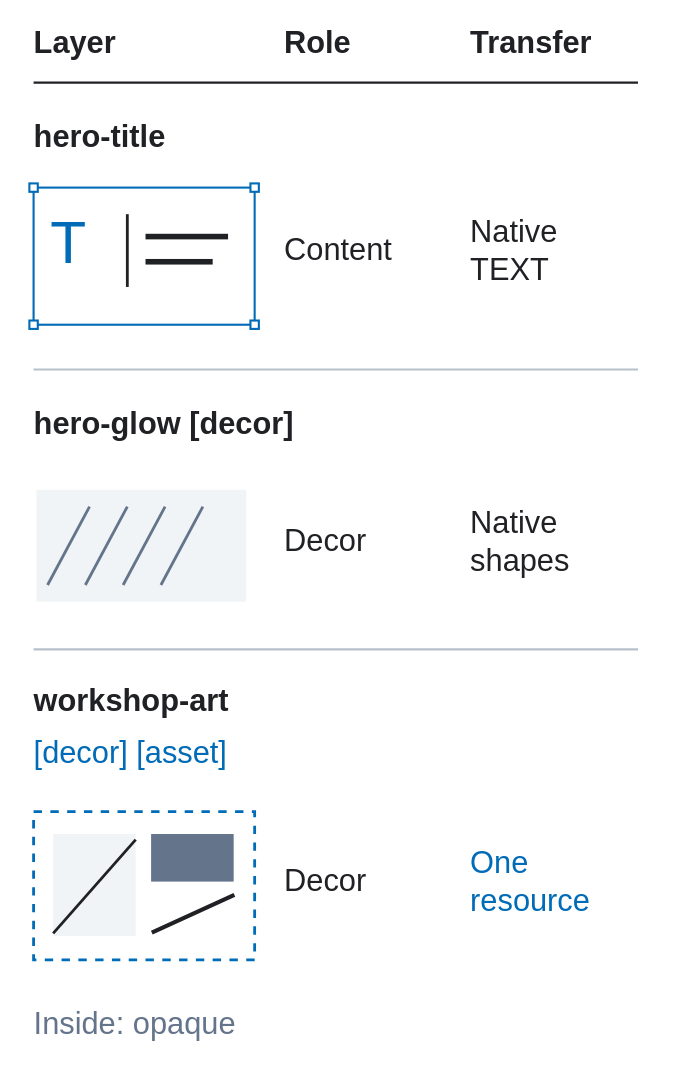
Before: assets/tutorial/diagrams/roles-en.svg, a diagram exported from draw.io (Poliklot/dfc-bridge). Source tidied: cells renumbered, new cells last; positions are measured from the earlier drawing's top-left corner, leaving out a move shared by most shapes. Source of this version:
```xml
<mxGraphModel>
  <root>
    <mxCell id="0" />
    <mxCell id="1" parent="0" />
    <mxCell id="2" style="rounded=0;arcSize=5;fillColor=#FFFFFF;strokeColor=none;strokeWidth=1.5;dashed=0;" parent="1" vertex="1">
      <mxGeometry width="480" height="760" as="geometry" />
    </mxCell>
    <mxCell id="3" value="Layer" style="shape=text;whiteSpace=wrap;html=0;fillColor=none;strokeColor=none;fontFamily=Arial;fontSize=22;fontColor=#202124;fontStyle=1;align=left;verticalAlign=middle;spacing=0;overflow=visible;" parent="1" vertex="1">
      <mxGeometry x="24" y="14" width="160" height="34" as="geometry" />
    </mxCell>
    <mxCell id="4" value="Role" style="shape=text;whiteSpace=wrap;html=0;fillColor=none;strokeColor=none;fontFamily=Arial;fontSize=22;fontColor=#202124;fontStyle=1;align=left;verticalAlign=middle;spacing=0;overflow=visible;" parent="1" vertex="1">
      <mxGeometry x="203" y="14" width="108" height="34" as="geometry" />
    </mxCell>
    <mxCell id="5" value="Transfer" style="shape=text;whiteSpace=wrap;html=0;fillColor=none;strokeColor=none;fontFamily=Arial;fontSize=22;fontColor=#202124;fontStyle=1;align=left;verticalAlign=middle;spacing=0;overflow=visible;" parent="1" vertex="1">
      <mxGeometry x="336" y="14" width="120" height="34" as="geometry" />
    </mxCell>
    <mxCell id="6" style="endArrow=none;startArrow=none;strokeColor=#202124;strokeWidth=1.5;dashed=0;rounded=0;" parent="1" edge="1">
      <mxGeometry relative="1" as="geometry">
        <mxPoint x="24" y="59" as="sourcePoint" />
        <mxPoint x="456" y="59" as="targetPoint" />
      </mxGeometry>
    </mxCell>
    <mxCell id="7" value="hero-title" style="shape=text;whiteSpace=wrap;html=0;fillColor=none;strokeColor=none;fontFamily=Arial;fontSize=22;fontColor=#202124;fontStyle=1;align=left;verticalAlign=middle;spacing=0;overflow=visible;" parent="1" vertex="1">
      <mxGeometry x="24" y="82" width="432" height="32" as="geometry" />
    </mxCell>
    <mxCell id="8" style="rounded=0;arcSize=5;fillColor=#FFFFFF;strokeColor=#006BB6;strokeWidth=1.5;dashed=0;" parent="1" vertex="1">
      <mxGeometry x="24" y="134" width="158" height="98" as="geometry" />
    </mxCell>
    <mxCell id="9" value="T" style="shape=text;whiteSpace=wrap;html=0;fillColor=none;strokeColor=none;fontFamily=Arial;fontSize=42;fontColor=#006BB6;fontStyle=0;align=left;verticalAlign=middle;spacing=0;overflow=visible;" parent="8" vertex="1">
      <mxGeometry x="12" y="15" width="50" height="50" as="geometry" />
    </mxCell>
    <mxCell id="10" style="endArrow=none;startArrow=none;strokeColor=#202124;strokeWidth=2;dashed=0;rounded=0;" parent="8" edge="1">
      <mxGeometry relative="1" as="geometry">
        <mxPoint x="67" y="19" as="sourcePoint" />
        <mxPoint x="67" y="71" as="targetPoint" />
      </mxGeometry>
    </mxCell>
    <mxCell id="11" style="rounded=0;arcSize=5;fillColor=#202124;strokeColor=none;strokeWidth=1.5;dashed=0;" parent="8" vertex="1">
      <mxGeometry x="80" y="33" width="59" height="4" as="geometry" />
    </mxCell>
    <mxCell id="12" style="rounded=0;arcSize=5;fillColor=#202124;strokeColor=none;strokeWidth=1.5;dashed=0;" parent="8" vertex="1">
      <mxGeometry x="80" y="51" width="48" height="4" as="geometry" />
    </mxCell>
    <mxCell id="13" style="rounded=0;arcSize=5;fillColor=#FFFFFF;strokeColor=#006BB6;strokeWidth=1.5;dashed=0;" parent="1" vertex="1">
      <mxGeometry x="21" y="131" width="6" height="6" as="geometry" />
    </mxCell>
    <mxCell id="14" style="rounded=0;arcSize=5;fillColor=#FFFFFF;strokeColor=#006BB6;strokeWidth=1.5;dashed=0;" parent="1" vertex="1">
      <mxGeometry x="179" y="131" width="6" height="6" as="geometry" />
    </mxCell>
    <mxCell id="15" style="rounded=0;arcSize=5;fillColor=#FFFFFF;strokeColor=#006BB6;strokeWidth=1.5;dashed=0;" parent="1" vertex="1">
      <mxGeometry x="21" y="229" width="6" height="6" as="geometry" />
    </mxCell>
    <mxCell id="16" style="rounded=0;arcSize=5;fillColor=#FFFFFF;strokeColor=#006BB6;strokeWidth=1.5;dashed=0;" parent="1" vertex="1">
      <mxGeometry x="179" y="229" width="6" height="6" as="geometry" />
    </mxCell>
    <mxCell id="17" value="Content" style="shape=text;whiteSpace=wrap;html=0;fillColor=none;strokeColor=none;fontFamily=Arial;fontSize=22;fontColor=#202124;fontStyle=0;align=left;verticalAlign=middle;spacing=0;overflow=visible;" parent="1" vertex="1">
      <mxGeometry x="203" y="141" width="116" height="76" as="geometry" />
    </mxCell>
    <mxCell id="18" value="Native&#10;TEXT" style="shape=text;whiteSpace=wrap;html=0;fillColor=none;strokeColor=none;fontFamily=Arial;fontSize=22;fontColor=#202124;fontStyle=0;align=left;verticalAlign=middle;spacing=0;overflow=visible;" parent="1" vertex="1">
      <mxGeometry x="336" y="141" width="120" height="76" as="geometry" />
    </mxCell>
    <mxCell id="19" style="endArrow=none;startArrow=none;strokeColor=#B8C1CB;strokeWidth=1.5;dashed=0;rounded=0;" parent="1" edge="1">
      <mxGeometry relative="1" as="geometry">
        <mxPoint x="24" y="264" as="sourcePoint" />
        <mxPoint x="456" y="264" as="targetPoint" />
      </mxGeometry>
    </mxCell>
    <mxCell id="20" value="hero-glow [decor]" style="shape=text;whiteSpace=wrap;html=0;fillColor=none;strokeColor=none;fontFamily=Arial;fontSize=22;fontColor=#202124;fontStyle=1;align=left;verticalAlign=middle;spacing=0;overflow=visible;" parent="1" vertex="1">
      <mxGeometry x="24" y="287" width="432" height="32" as="geometry" />
    </mxCell>
    <mxCell id="21" style="rounded=0;arcSize=5;fillColor=#F1F4F6;strokeColor=none;strokeWidth=1.5;dashed=0;" parent="1" vertex="1">
      <mxGeometry x="26" y="350" width="150" height="80" as="geometry" />
    </mxCell>
    <mxCell id="22" style="endArrow=none;startArrow=none;strokeColor=#64748B;strokeWidth=2;dashed=0;rounded=0;" parent="1" edge="1">
      <mxGeometry relative="1" as="geometry">
        <mxPoint x="34" y="418" as="sourcePoint" />
        <mxPoint x="64" y="362" as="targetPoint" />
      </mxGeometry>
    </mxCell>
    <mxCell id="23" style="endArrow=none;startArrow=none;strokeColor=#64748B;strokeWidth=2;dashed=0;rounded=0;" parent="1" edge="1">
      <mxGeometry relative="1" as="geometry">
        <mxPoint x="61" y="418" as="sourcePoint" />
        <mxPoint x="91" y="362" as="targetPoint" />
      </mxGeometry>
    </mxCell>
    <mxCell id="24" style="endArrow=none;startArrow=none;strokeColor=#64748B;strokeWidth=2;dashed=0;rounded=0;" parent="1" edge="1">
      <mxGeometry relative="1" as="geometry">
        <mxPoint x="88" y="418" as="sourcePoint" />
        <mxPoint x="118" y="362" as="targetPoint" />
      </mxGeometry>
    </mxCell>
    <mxCell id="25" style="endArrow=none;startArrow=none;strokeColor=#64748B;strokeWidth=2;dashed=0;rounded=0;" parent="1" edge="1">
      <mxGeometry relative="1" as="geometry">
        <mxPoint x="115" y="418" as="sourcePoint" />
        <mxPoint x="145" y="362" as="targetPoint" />
      </mxGeometry>
    </mxCell>
    <mxCell id="26" value="Decor" style="shape=text;whiteSpace=wrap;html=0;fillColor=none;strokeColor=none;fontFamily=Arial;fontSize=22;fontColor=#202124;fontStyle=0;align=left;verticalAlign=middle;spacing=0;overflow=visible;" parent="1" vertex="1">
      <mxGeometry x="203" y="348" width="116" height="78" as="geometry" />
    </mxCell>
    <mxCell id="27" value="Native&#10;shapes" style="shape=text;whiteSpace=wrap;html=0;fillColor=none;strokeColor=none;fontFamily=Arial;fontSize=22;fontColor=#202124;fontStyle=0;align=left;verticalAlign=middle;spacing=0;overflow=visible;" parent="1" vertex="1">
      <mxGeometry x="336" y="348" width="120" height="78" as="geometry" />
    </mxCell>
    <mxCell id="28" style="endArrow=none;startArrow=none;strokeColor=#B8C1CB;strokeWidth=1.5;dashed=0;rounded=0;" parent="1" edge="1">
      <mxGeometry relative="1" as="geometry">
        <mxPoint x="24" y="464" as="sourcePoint" />
        <mxPoint x="456" y="464" as="targetPoint" />
      </mxGeometry>
    </mxCell>
    <mxCell id="29" value="workshop-art" style="shape=text;whiteSpace=wrap;html=0;fillColor=none;strokeColor=none;fontFamily=Arial;fontSize=22;fontColor=#202124;fontStyle=1;align=left;verticalAlign=middle;spacing=0;overflow=visible;" parent="1" vertex="1">
      <mxGeometry x="24" y="485" width="432" height="32" as="geometry" />
    </mxCell>
    <mxCell id="30" value="[decor] [asset]" style="shape=text;whiteSpace=wrap;html=0;fillColor=none;strokeColor=none;fontFamily=Arial;fontSize=22;fontColor=#006BB6;fontStyle=0;align=left;verticalAlign=middle;spacing=0;overflow=visible;" parent="1" vertex="1">
      <mxGeometry x="24" y="522" width="432" height="32" as="geometry" />
    </mxCell>
    <mxCell id="31" style="rounded=0;arcSize=5;fillColor=#FFFFFF;strokeColor=#006BB6;strokeWidth=2;dashed=1;" parent="1" vertex="1">
      <mxGeometry x="24" y="580" width="158" height="106" as="geometry" />
    </mxCell>
    <mxCell id="32" style="rounded=0;arcSize=5;fillColor=#F1F4F6;strokeColor=none;strokeWidth=1.5;dashed=0;" parent="31" vertex="1">
      <mxGeometry x="14" y="16" width="59" height="73" as="geometry" />
    </mxCell>
    <mxCell id="33" style="rounded=0;arcSize=5;fillColor=#64748B;strokeColor=none;strokeWidth=1.5;dashed=0;" parent="31" vertex="1">
      <mxGeometry x="84" y="16" width="59" height="34" as="geometry" />
    </mxCell>
    <mxCell id="34" style="endArrow=none;startArrow=none;strokeColor=#202124;strokeWidth=3;dashed=0;rounded=0;" parent="31" edge="1">
      <mxGeometry relative="1" as="geometry">
        <mxPoint x="84" y="86" as="sourcePoint" />
        <mxPoint x="143" y="59" as="targetPoint" />
      </mxGeometry>
    </mxCell>
    <mxCell id="35" style="endArrow=none;startArrow=none;strokeColor=#202124;strokeWidth=2;dashed=0;rounded=0;" parent="31" edge="1">
      <mxGeometry relative="1" as="geometry">
        <mxPoint x="14" y="87" as="sourcePoint" />
        <mxPoint x="73" y="20" as="targetPoint" />
      </mxGeometry>
    </mxCell>
    <mxCell id="36" value="Decor" style="shape=text;whiteSpace=wrap;html=0;fillColor=none;strokeColor=none;fontFamily=Arial;fontSize=22;fontColor=#202124;fontStyle=0;align=left;verticalAlign=middle;spacing=0;overflow=visible;" parent="1" vertex="1">
      <mxGeometry x="203" y="591" width="116" height="78" as="geometry" />
    </mxCell>
    <mxCell id="37" value="One&#10;resource" style="shape=text;whiteSpace=wrap;html=0;fillColor=none;strokeColor=none;fontFamily=Arial;fontSize=22;fontColor=#006BB6;fontStyle=0;align=left;verticalAlign=middle;spacing=0;overflow=visible;" parent="1" vertex="1">
      <mxGeometry x="336" y="591" width="120" height="78" as="geometry" />
    </mxCell>
    <mxCell id="38" value="Inside: opaque" style="shape=text;whiteSpace=wrap;html=0;fillColor=none;strokeColor=none;fontFamily=Arial;fontSize=22;fontColor=#64748B;fontStyle=0;align=left;verticalAlign=middle;spacing=0;overflow=visible;" parent="1" vertex="1">
      <mxGeometry x="24" y="716" width="432" height="32" as="geometry" />
    </mxCell>
  </root>
</mxGraphModel>
```
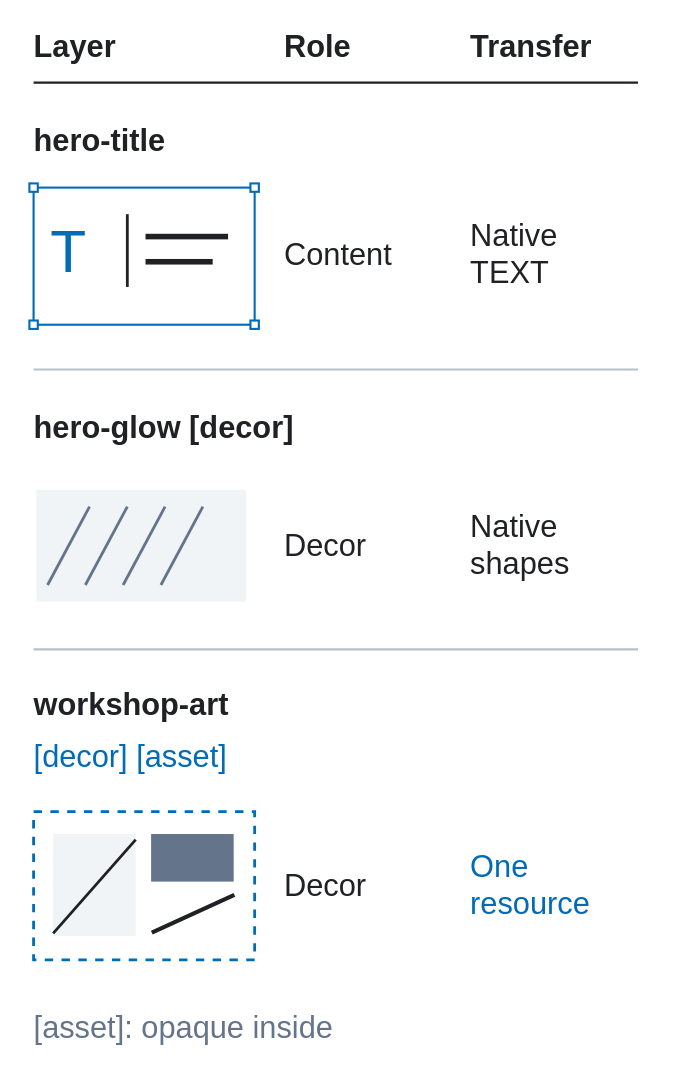
Above is the later version.

The edit, as a diff of the source:
```diff
@@ -5,13 +5,13 @@
     <mxCell id="2" style="rounded=0;arcSize=5;fillColor=#FFFFFF;strokeColor=none;strokeWidth=1.5;dashed=0;" parent="1" vertex="1">
       <mxGeometry width="480" height="760" as="geometry" />
     </mxCell>
-    <mxCell id="3" value="Layer" style="shape=text;whiteSpace=wrap;html=0;fillColor=none;strokeColor=none;fontFamily=Arial;fontSize=22;fontColor=#202124;fontStyle=1;align=left;verticalAlign=middle;spacing=0;overflow=visible;" parent="1" vertex="1">
+    <mxCell id="3" value="Layer" style="shape=text;whiteSpace=nowrap;html=0;fillColor=none;strokeColor=none;fontFamily=Arial;fontSize=22;fontColor=#202124;fontStyle=1;align=left;verticalAlign=middle;spacing=0;overflow=visible;" parent="1" vertex="1">
       <mxGeometry x="24" y="14" width="160" height="34" as="geometry" />
     </mxCell>
-    <mxCell id="4" value="Role" style="shape=text;whiteSpace=wrap;html=0;fillColor=none;strokeColor=none;fontFamily=Arial;fontSize=22;fontColor=#202124;fontStyle=1;align=left;verticalAlign=middle;spacing=0;overflow=visible;" parent="1" vertex="1">
+    <mxCell id="4" value="Role" style="shape=text;whiteSpace=nowrap;html=0;fillColor=none;strokeColor=none;fontFamily=Arial;fontSize=22;fontColor=#202124;fontStyle=1;align=left;verticalAlign=middle;spacing=0;overflow=visible;" parent="1" vertex="1">
       <mxGeometry x="203" y="14" width="108" height="34" as="geometry" />
     </mxCell>
-    <mxCell id="5" value="Transfer" style="shape=text;whiteSpace=wrap;html=0;fillColor=none;strokeColor=none;fontFamily=Arial;fontSize=22;fontColor=#202124;fontStyle=1;align=left;verticalAlign=middle;spacing=0;overflow=visible;" parent="1" vertex="1">
+    <mxCell id="5" value="Transfer" style="shape=text;whiteSpace=nowrap;html=0;fillColor=none;strokeColor=none;fontFamily=Arial;fontSize=22;fontColor=#202124;fontStyle=1;align=left;verticalAlign=middle;spacing=0;overflow=visible;" parent="1" vertex="1">
       <mxGeometry x="336" y="14" width="120" height="34" as="geometry" />
     </mxCell>
     <mxCell id="6" style="endArrow=none;startArrow=none;strokeColor=#202124;strokeWidth=1.5;dashed=0;rounded=0;" parent="1" edge="1">
@@ -20,13 +20,13 @@
         <mxPoint x="456" y="59" as="targetPoint" />
       </mxGeometry>
     </mxCell>
-    <mxCell id="7" value="hero-title" style="shape=text;whiteSpace=wrap;html=0;fillColor=none;strokeColor=none;fontFamily=Arial;fontSize=22;fontColor=#202124;fontStyle=1;align=left;verticalAlign=middle;spacing=0;overflow=visible;" parent="1" vertex="1">
+    <mxCell id="7" value="hero-title" style="shape=text;whiteSpace=nowrap;html=0;fillColor=none;strokeColor=none;fontFamily=Arial;fontSize=22;fontColor=#202124;fontStyle=1;align=left;verticalAlign=middle;spacing=0;overflow=visible;" parent="1" vertex="1">
       <mxGeometry x="24" y="82" width="432" height="32" as="geometry" />
     </mxCell>
     <mxCell id="8" style="rounded=0;arcSize=5;fillColor=#FFFFFF;strokeColor=#006BB6;strokeWidth=1.5;dashed=0;" parent="1" vertex="1">
       <mxGeometry x="24" y="134" width="158" height="98" as="geometry" />
     </mxCell>
-    <mxCell id="9" value="T" style="shape=text;whiteSpace=wrap;html=0;fillColor=none;strokeColor=none;fontFamily=Arial;fontSize=42;fontColor=#006BB6;fontStyle=0;align=left;verticalAlign=middle;spacing=0;overflow=visible;" parent="8" vertex="1">
+    <mxCell id="9" value="T" style="shape=text;whiteSpace=nowrap;html=0;fillColor=none;strokeColor=none;fontFamily=Arial;fontSize=42;fontColor=#006BB6;fontStyle=0;align=left;verticalAlign=middle;spacing=0;overflow=visible;" parent="8" vertex="1">
       <mxGeometry x="12" y="15" width="50" height="50" as="geometry" />
     </mxCell>
     <mxCell id="10" style="endArrow=none;startArrow=none;strokeColor=#202124;strokeWidth=2;dashed=0;rounded=0;" parent="8" edge="1">
@@ -53,10 +53,10 @@
     <mxCell id="16" style="rounded=0;arcSize=5;fillColor=#FFFFFF;strokeColor=#006BB6;strokeWidth=1.5;dashed=0;" parent="1" vertex="1">
       <mxGeometry x="179" y="229" width="6" height="6" as="geometry" />
     </mxCell>
-    <mxCell id="17" value="Content" style="shape=text;whiteSpace=wrap;html=0;fillColor=none;strokeColor=none;fontFamily=Arial;fontSize=22;fontColor=#202124;fontStyle=0;align=left;verticalAlign=middle;spacing=0;overflow=visible;" parent="1" vertex="1">
+    <mxCell id="17" value="Content" style="shape=text;whiteSpace=nowrap;html=0;fillColor=none;strokeColor=none;fontFamily=Arial;fontSize=22;fontColor=#202124;fontStyle=0;align=left;verticalAlign=middle;spacing=0;overflow=visible;" parent="1" vertex="1">
       <mxGeometry x="203" y="141" width="116" height="76" as="geometry" />
     </mxCell>
-    <mxCell id="18" value="Native&#10;TEXT" style="shape=text;whiteSpace=wrap;html=0;fillColor=none;strokeColor=none;fontFamily=Arial;fontSize=22;fontColor=#202124;fontStyle=0;align=left;verticalAlign=middle;spacing=0;overflow=visible;" parent="1" vertex="1">
+    <mxCell id="18" value="Native&#10;TEXT" style="shape=text;whiteSpace=nowrap;html=0;fillColor=none;strokeColor=none;fontFamily=Arial;fontSize=22;fontColor=#202124;fontStyle=0;align=left;verticalAlign=middle;spacing=0;overflow=visible;" parent="1" vertex="1">
       <mxGeometry x="336" y="141" width="120" height="76" as="geometry" />
     </mxCell>
     <mxCell id="19" style="endArrow=none;startArrow=none;strokeColor=#B8C1CB;strokeWidth=1.5;dashed=0;rounded=0;" parent="1" edge="1">
@@ -65,7 +65,7 @@
         <mxPoint x="456" y="264" as="targetPoint" />
       </mxGeometry>
     </mxCell>
-    <mxCell id="20" value="hero-glow [decor]" style="shape=text;whiteSpace=wrap;html=0;fillColor=none;strokeColor=none;fontFamily=Arial;fontSize=22;fontColor=#202124;fontStyle=1;align=left;verticalAlign=middle;spacing=0;overflow=visible;" parent="1" vertex="1">
+    <mxCell id="20" value="hero-glow [decor]" style="shape=text;whiteSpace=nowrap;html=0;fillColor=none;strokeColor=none;fontFamily=Arial;fontSize=22;fontColor=#202124;fontStyle=1;align=left;verticalAlign=middle;spacing=0;overflow=visible;" parent="1" vertex="1">
       <mxGeometry x="24" y="287" width="432" height="32" as="geometry" />
     </mxCell>
     <mxCell id="21" style="rounded=0;arcSize=5;fillColor=#F1F4F6;strokeColor=none;strokeWidth=1.5;dashed=0;" parent="1" vertex="1">
@@ -95,10 +95,10 @@
         <mxPoint x="145" y="362" as="targetPoint" />
       </mxGeometry>
     </mxCell>
-    <mxCell id="26" value="Decor" style="shape=text;whiteSpace=wrap;html=0;fillColor=none;strokeColor=none;fontFamily=Arial;fontSize=22;fontColor=#202124;fontStyle=0;align=left;verticalAlign=middle;spacing=0;overflow=visible;" parent="1" vertex="1">
+    <mxCell id="26" value="Decor" style="shape=text;whiteSpace=nowrap;html=0;fillColor=none;strokeColor=none;fontFamily=Arial;fontSize=22;fontColor=#202124;fontStyle=0;align=left;verticalAlign=middle;spacing=0;overflow=visible;" parent="1" vertex="1">
       <mxGeometry x="203" y="348" width="116" height="78" as="geometry" />
     </mxCell>
-    <mxCell id="27" value="Native&#10;shapes" style="shape=text;whiteSpace=wrap;html=0;fillColor=none;strokeColor=none;fontFamily=Arial;fontSize=22;fontColor=#202124;fontStyle=0;align=left;verticalAlign=middle;spacing=0;overflow=visible;" parent="1" vertex="1">
+    <mxCell id="27" value="Native&#10;shapes" style="shape=text;whiteSpace=nowrap;html=0;fillColor=none;strokeColor=none;fontFamily=Arial;fontSize=22;fontColor=#202124;fontStyle=0;align=left;verticalAlign=middle;spacing=0;overflow=visible;" parent="1" vertex="1">
       <mxGeometry x="336" y="348" width="120" height="78" as="geometry" />
     </mxCell>
     <mxCell id="28" style="endArrow=none;startArrow=none;strokeColor=#B8C1CB;strokeWidth=1.5;dashed=0;rounded=0;" parent="1" edge="1">
@@ -107,10 +107,10 @@
         <mxPoint x="456" y="464" as="targetPoint" />
       </mxGeometry>
     </mxCell>
-    <mxCell id="29" value="workshop-art" style="shape=text;whiteSpace=wrap;html=0;fillColor=none;strokeColor=none;fontFamily=Arial;fontSize=22;fontColor=#202124;fontStyle=1;align=left;verticalAlign=middle;spacing=0;overflow=visible;" parent="1" vertex="1">
+    <mxCell id="29" value="workshop-art" style="shape=text;whiteSpace=nowrap;html=0;fillColor=none;strokeColor=none;fontFamily=Arial;fontSize=22;fontColor=#202124;fontStyle=1;align=left;verticalAlign=middle;spacing=0;overflow=visible;" parent="1" vertex="1">
       <mxGeometry x="24" y="485" width="432" height="32" as="geometry" />
     </mxCell>
-    <mxCell id="30" value="[decor] [asset]" style="shape=text;whiteSpace=wrap;html=0;fillColor=none;strokeColor=none;fontFamily=Arial;fontSize=22;fontColor=#006BB6;fontStyle=0;align=left;verticalAlign=middle;spacing=0;overflow=visible;" parent="1" vertex="1">
+    <mxCell id="30" value="[decor] [asset]" style="shape=text;whiteSpace=nowrap;html=0;fillColor=none;strokeColor=none;fontFamily=Arial;fontSize=22;fontColor=#006BB6;fontStyle=0;align=left;verticalAlign=middle;spacing=0;overflow=visible;" parent="1" vertex="1">
       <mxGeometry x="24" y="522" width="432" height="32" as="geometry" />
     </mxCell>
     <mxCell id="31" style="rounded=0;arcSize=5;fillColor=#FFFFFF;strokeColor=#006BB6;strokeWidth=2;dashed=1;" parent="1" vertex="1">
@@ -134,13 +134,13 @@
         <mxPoint x="73" y="20" as="targetPoint" />
       </mxGeometry>
     </mxCell>
-    <mxCell id="36" value="Decor" style="shape=text;whiteSpace=wrap;html=0;fillColor=none;strokeColor=none;fontFamily=Arial;fontSize=22;fontColor=#202124;fontStyle=0;align=left;verticalAlign=middle;spacing=0;overflow=visible;" parent="1" vertex="1">
+    <mxCell id="36" value="Decor" style="shape=text;whiteSpace=nowrap;html=0;fillColor=none;strokeColor=none;fontFamily=Arial;fontSize=22;fontColor=#202124;fontStyle=0;align=left;verticalAlign=middle;spacing=0;overflow=visible;" parent="1" vertex="1">
       <mxGeometry x="203" y="591" width="116" height="78" as="geometry" />
     </mxCell>
-    <mxCell id="37" value="One&#10;resource" style="shape=text;whiteSpace=wrap;html=0;fillColor=none;strokeColor=none;fontFamily=Arial;fontSize=22;fontColor=#006BB6;fontStyle=0;align=left;verticalAlign=middle;spacing=0;overflow=visible;" parent="1" vertex="1">
+    <mxCell id="37" value="One&#10;resource" style="shape=text;whiteSpace=nowrap;html=0;fillColor=none;strokeColor=none;fontFamily=Arial;fontSize=22;fontColor=#006BB6;fontStyle=0;align=left;verticalAlign=middle;spacing=0;overflow=visible;" parent="1" vertex="1">
       <mxGeometry x="336" y="591" width="120" height="78" as="geometry" />
     </mxCell>
-    <mxCell id="38" value="Inside: opaque" style="shape=text;whiteSpace=wrap;html=0;fillColor=none;strokeColor=none;fontFamily=Arial;fontSize=22;fontColor=#64748B;fontStyle=0;align=left;verticalAlign=middle;spacing=0;overflow=visible;" parent="1" vertex="1">
+    <mxCell id="38" value="[asset]: opaque inside" style="shape=text;whiteSpace=nowrap;html=0;fillColor=none;strokeColor=none;fontFamily=Arial;fontSize=22;fontColor=#64748B;fontStyle=0;align=left;verticalAlign=middle;spacing=0;overflow=visible;" parent="1" vertex="1">
       <mxGeometry x="24" y="716" width="432" height="32" as="geometry" />
     </mxCell>
   </root>
```
